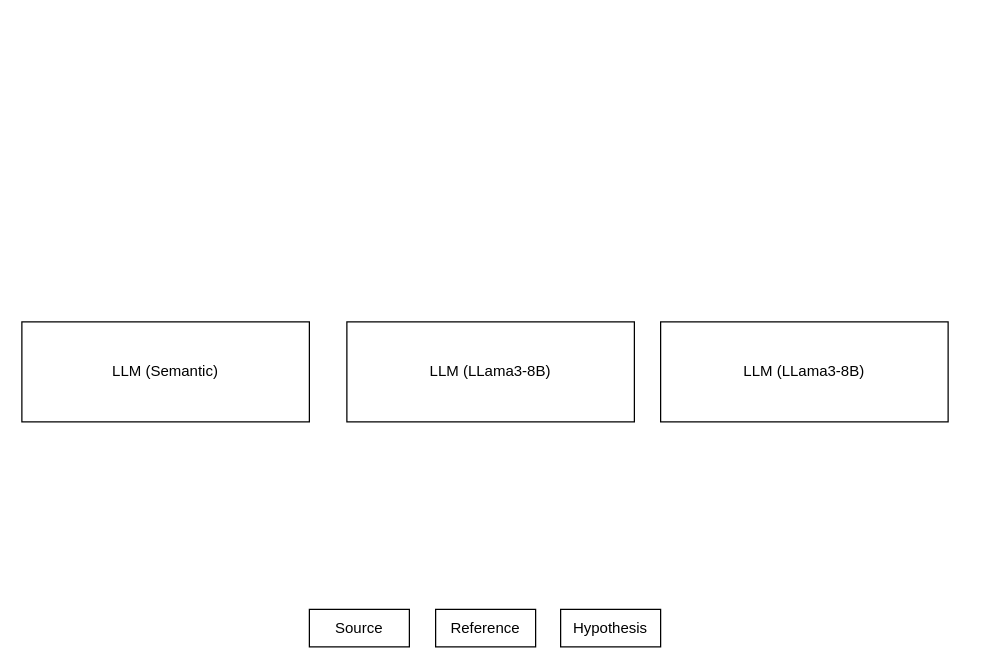
Above: error explanation.drawio in babangain/drawio (draw.io), before the change. Source tidied: cells renumbered, new cells numbered last; positions are measured from the earlier drawing's top-left corner, leaving out a move shared by most shapes. Both pictures are drawn from the tidied source at 125%, with x=0, y=0 at pixel (21, 321).
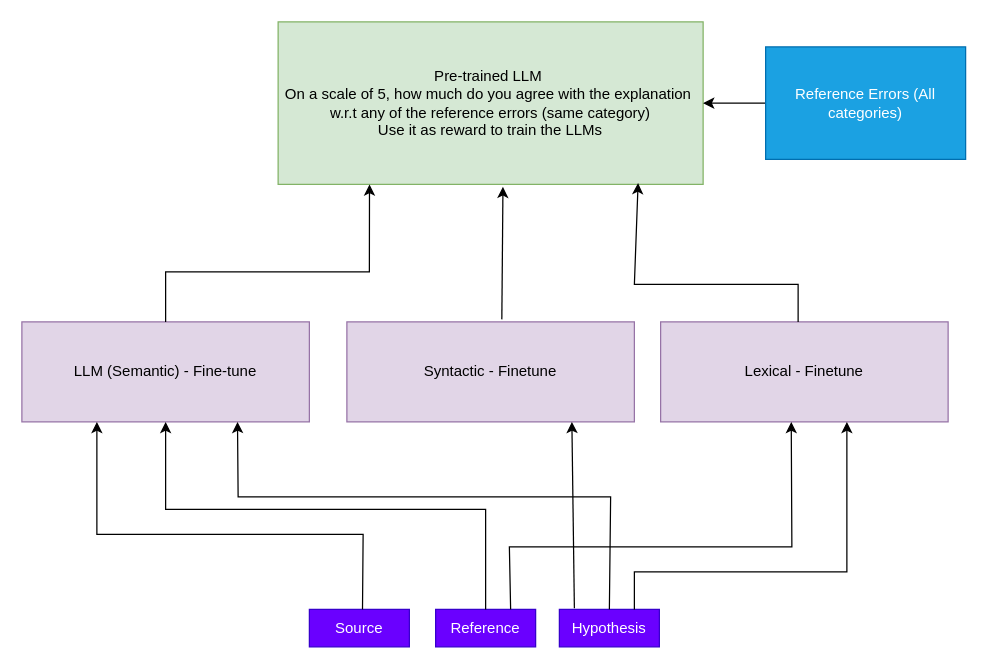
The same diagram, later.

What changed in the source:
```diff
@@
-    <mxCell id="2" value="LLM (Semantic)" style="rounded=0;whiteSpace=wrap;html=1;" parent="1" vertex="1">
+    <mxCell id="2" value="LLM (Semantic) - Fine-tune" style="rounded=0;whiteSpace=wrap;html=1;fillColor=#e1d5e7;strokeColor=#9673a6;" parent="1" vertex="1">
       <mxGeometry width="230" height="80" as="geometry" />
     </mxCell>
-    <mxCell id="3" value="Source" style="rounded=0;whiteSpace=wrap;html=1;" parent="1" vertex="1">
+    <mxCell id="3" value="Source" style="rounded=0;whiteSpace=wrap;html=1;fillColor=#6a00ff;fontColor=#ffffff;strokeColor=#3700CC;" parent="1" vertex="1">
       <mxGeometry x="230" y="230" width="80" height="30" as="geometry" />
     </mxCell>
-    <mxCell id="4" value="Reference" style="rounded=0;whiteSpace=wrap;html=1;" parent="1" vertex="1">
+    <mxCell id="4" value="Reference" style="rounded=0;whiteSpace=wrap;html=1;fillColor=#6a00ff;fontColor=#ffffff;strokeColor=#3700CC;" parent="1" vertex="1">
       <mxGeometry x="331" y="230" width="80" height="30" as="geometry" />
     </mxCell>
-    <mxCell id="5" value="Hypothesis" style="rounded=0;whiteSpace=wrap;html=1;" parent="1" vertex="1">
-      <mxGeometry x="431" y="230" width="80" height="30" as="geometry" />
+    <mxCell id="5" value="Hypothesis" style="rounded=0;whiteSpace=wrap;html=1;fillColor=#6a00ff;fontColor=#ffffff;strokeColor=#3700CC;" parent="1" vertex="1">
+      <mxGeometry x="430" y="230" width="80" height="30" as="geometry" />
     </mxCell>
-    <mxCell id="6" value="LLM (LLama3-8B)" style="rounded=0;whiteSpace=wrap;html=1;" parent="1" vertex="1">
+    <mxCell id="6" value="Syntactic - Finetune" style="rounded=0;whiteSpace=wrap;html=1;fillColor=#e1d5e7;strokeColor=#9673a6;" parent="1" vertex="1">
       <mxGeometry x="260" width="230" height="80" as="geometry" />
     </mxCell>
-    <mxCell id="7" value="LLM (LLama3-8B)" style="rounded=0;whiteSpace=wrap;html=1;" parent="1" vertex="1">
+    <mxCell id="7" value="Lexical - Finetune" style="rounded=0;whiteSpace=wrap;html=1;fillColor=#e1d5e7;strokeColor=#9673a6;" parent="1" vertex="1">
       <mxGeometry x="511" width="230" height="80" as="geometry" />
     </mxCell>
+    <mxCell id="8" style="endArrow=classic;html=1;rounded=0;exitX=0.5;exitY=0;exitDx=0;exitDy=0;entryX=0.25;entryY=1;entryDx=0;entryDy=0;" parent="1" edge="1">
+      <mxGeometry relative="1" as="geometry">
+        <mxPoint x="272.5" y="230" as="sourcePoint" />
+        <mxPoint x="60" y="80" as="targetPoint" />
+        <Array as="points">
+          <mxPoint x="273" y="170" />
+          <mxPoint x="60" y="170" />
+        </Array>
+      </mxGeometry>
+    </mxCell>
+    <mxCell id="9" style="endArrow=classic;html=1;rounded=0;exitX=0.5;exitY=0;exitDx=0;exitDy=0;entryX=0.5;entryY=1;entryDx=0;entryDy=0;" parent="1" edge="1" source="4" target="2">
+      <mxGeometry relative="1" as="geometry">
+        <Array as="points">
+          <mxPoint x="371" y="150" />
+          <mxPoint x="115" y="150" />
+        </Array>
+      </mxGeometry>
+    </mxCell>
+    <mxCell id="10" style="endArrow=classic;html=1;rounded=0;exitX=0.5;exitY=0;exitDx=0;exitDy=0;entryX=0.75;entryY=1;entryDx=0;entryDy=0;" parent="1" edge="1" source="5" target="2">
+      <mxGeometry relative="1" as="geometry">
+        <Array as="points">
+          <mxPoint x="471" y="140" />
+          <mxPoint x="173" y="140" />
+        </Array>
+      </mxGeometry>
+    </mxCell>
+    <mxCell id="11" style="endArrow=classic;html=1;rounded=0;exitX=0.75;exitY=0;exitDx=0;exitDy=0;" parent="1" edge="1" source="4">
+      <mxGeometry relative="1" as="geometry">
+        <mxPoint x="615.5" y="80" as="targetPoint" />
+        <Array as="points">
+          <mxPoint x="390" y="180" />
+          <mxPoint x="616" y="180" />
+        </Array>
+      </mxGeometry>
+    </mxCell>
+    <mxCell id="12" style="endArrow=classic;html=1;rounded=0;exitX=0.75;exitY=0;exitDx=0;exitDy=0;" parent="1" edge="1" source="5">
+      <mxGeometry relative="1" as="geometry">
+        <mxPoint x="660" y="80" as="targetPoint" />
+        <Array as="points">
+          <mxPoint x="490" y="200" />
+          <mxPoint x="660" y="200" />
+        </Array>
+      </mxGeometry>
+    </mxCell>
+    <mxCell id="13" style="endArrow=classic;html=1;rounded=0;exitX=0.15;exitY=-0.033;exitDx=0;exitDy=0;exitPerimeter=0;" parent="1" edge="1" source="5">
+      <mxGeometry relative="1" as="geometry">
+        <mxPoint x="440" y="80" as="targetPoint" />
+      </mxGeometry>
+    </mxCell>
+    <mxCell id="14" value="Pre-trained LLM&amp;nbsp;&lt;div&gt;On a scale of 5, how much do you agree with the explanation&amp;nbsp;&lt;/div&gt;&lt;div&gt;w.r.t any of the reference errors (same category)&lt;/div&gt;&lt;div&gt;Use it as reward to train the LLMs&lt;/div&gt;" style="whiteSpace=wrap;html=1;fillColor=#d5e8d4;strokeColor=#82b366;" parent="1" vertex="1">
+      <mxGeometry x="205" y="-240" width="340" height="130" as="geometry" />
+    </mxCell>
+    <mxCell id="15" style="endArrow=classic;html=1;rounded=0;entryX=0.215;entryY=1;entryDx=0;entryDy=0;entryPerimeter=0;exitX=0.5;exitY=0;exitDx=0;exitDy=0;" parent="1" edge="1" source="2" target="14">
+      <mxGeometry relative="1" as="geometry">
+        <Array as="points">
+          <mxPoint x="115" y="-40" />
+          <mxPoint x="278" y="-40" />
+        </Array>
+      </mxGeometry>
+    </mxCell>
+    <mxCell id="16" style="endArrow=classic;html=1;rounded=0;exitX=0.539;exitY=-0.025;exitDx=0;exitDy=0;exitPerimeter=0;entryX=0.529;entryY=1.015;entryDx=0;entryDy=0;entryPerimeter=0;" parent="1" edge="1" source="6" target="14">
+      <mxGeometry relative="1" as="geometry" />
+    </mxCell>
+    <mxCell id="17" style="endArrow=classic;html=1;rounded=0;exitX=0.5;exitY=0;exitDx=0;exitDy=0;entryX=0.847;entryY=0.992;entryDx=0;entryDy=0;entryPerimeter=0;" parent="1" edge="1" target="14">
+      <mxGeometry relative="1" as="geometry">
+        <mxPoint x="621" as="sourcePoint" />
+        <Array as="points">
+          <mxPoint x="621" y="-30" />
+          <mxPoint x="490" y="-30" />
+        </Array>
+      </mxGeometry>
+    </mxCell>
+    <mxCell id="18" style="edgeStyle=orthogonalEdgeStyle;rounded=0;jettySize=auto;html=1;" parent="1" edge="1" source="19" target="14">
+      <mxGeometry relative="1" as="geometry" />
+    </mxCell>
+    <mxCell id="19" value="Reference Errors (All categories)" style="rounded=0;whiteSpace=wrap;html=1;fillColor=#1ba1e2;fontColor=#ffffff;strokeColor=#006EAF;" parent="1" vertex="1">
+      <mxGeometry x="595" y="-220" width="160" height="90" as="geometry" />
+    </mxCell>
```
